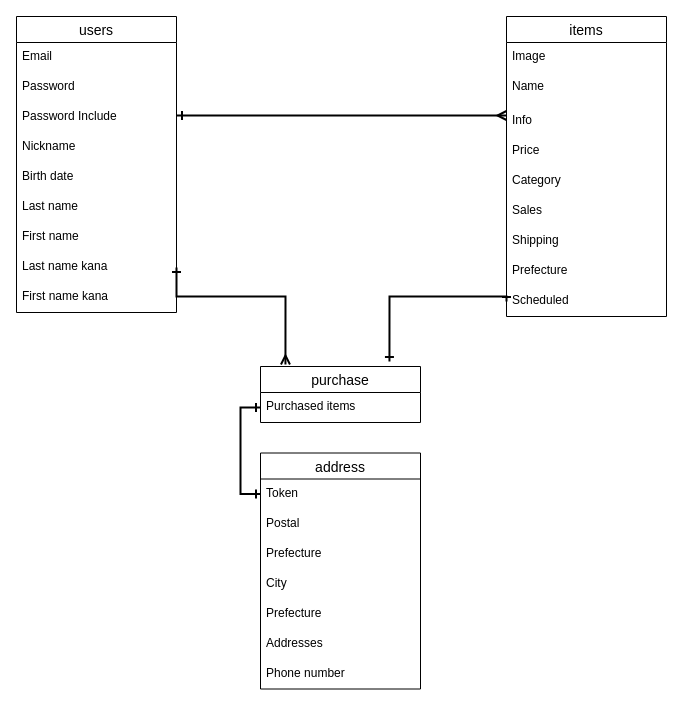
Earlier version of the draw.io diagram test.dio (jiji12874/furima-31963). Source tidied: cells renumbered, new cells numbered last; positions are measured from the earlier drawing's top-left corner, leaving out a move shared by most shapes. Both pictures are drawn from the tidied source at 100%, with x=0, y=0 at pixel (16, 16).
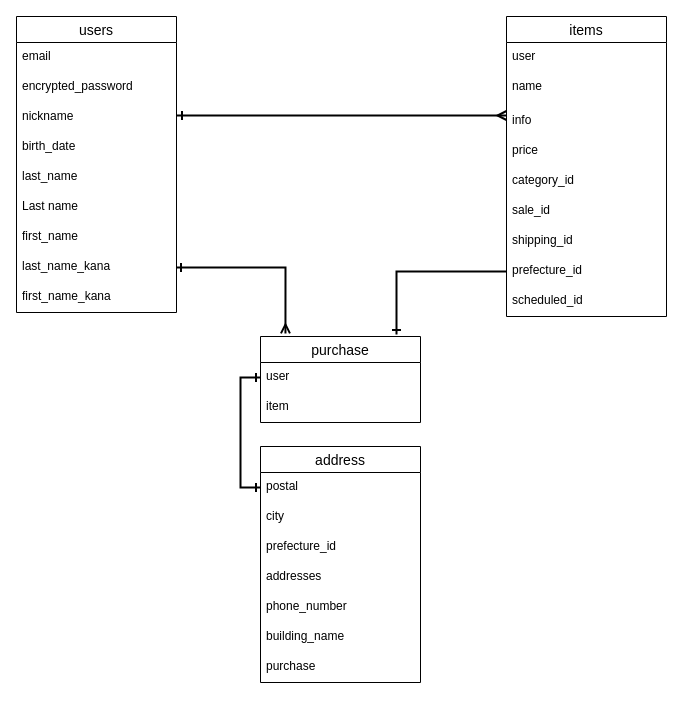
The same page after the edit.

Commit message (it also covers changes not shown here):
データベース設計修正5

The change refers to these unchanged cells:
```xml
<mxCell id="2" value="users" style="swimlane;fontStyle=0;horizontal=1;startSize=26;align=center;fontSize=14;" parent="1" vertex="1">
  <mxGeometry width="160" height="296" as="geometry" />
</mxCell>
<mxCell id="20" value="items" style="swimlane;fontStyle=0;horizontal=1;startSize=26;align=center;fontSize=14;" parent="1" vertex="1">
  <mxGeometry x="490" width="160" height="300" as="geometry" />
</mxCell>
```

Diff of the diagram source:
```diff
@@
-    <mxCell id="3" value="Email" style="text;strokeColor=none;fillColor=none;spacingLeft=4;spacingRight=4;overflow=hidden;fontSize=12;" parent="2" vertex="1">
+    <mxCell id="3" value="email" style="text;strokeColor=none;fillColor=none;spacingLeft=4;spacingRight=4;overflow=hidden;fontSize=12;" parent="2" vertex="1">
       <mxGeometry y="26" width="160" height="30" as="geometry" />
     </mxCell>
-    <mxCell id="4" value="Password" style="text;strokeColor=none;fillColor=none;spacingLeft=4;spacingRight=4;overflow=hidden;fontSize=12;" parent="2" vertex="1">
+    <mxCell id="4" value="encrypted_password" style="text;strokeColor=none;fillColor=none;spacingLeft=4;spacingRight=4;overflow=hidden;fontSize=12;" parent="2" vertex="1">
       <mxGeometry y="56" width="160" height="30" as="geometry" />
     </mxCell>
-    <mxCell id="5" value="Password Include" style="text;strokeColor=none;fillColor=none;spacingLeft=4;spacingRight=4;overflow=hidden;fontSize=12;" parent="2" vertex="1">
+    <mxCell id="5" value="nickname" style="text;strokeColor=none;fillColor=none;spacingLeft=4;spacingRight=4;overflow=hidden;fontSize=12;" parent="2" vertex="1">
       <mxGeometry y="86" width="160" height="30" as="geometry" />
     </mxCell>
-    <mxCell id="6" value="Nickname" style="text;strokeColor=none;fillColor=none;spacingLeft=4;spacingRight=4;overflow=hidden;fontSize=12;" parent="2" vertex="1">
+    <mxCell id="6" value="birth_date" style="text;strokeColor=none;fillColor=none;spacingLeft=4;spacingRight=4;overflow=hidden;fontSize=12;" parent="2" vertex="1">
       <mxGeometry y="116" width="160" height="30" as="geometry" />
     </mxCell>
-    <mxCell id="7" value="Birth date" style="text;strokeColor=none;fillColor=none;spacingLeft=4;spacingRight=4;overflow=hidden;fontSize=12;" parent="2" vertex="1">
+    <mxCell id="7" value="last_name" style="text;strokeColor=none;fillColor=none;spacingLeft=4;spacingRight=4;overflow=hidden;fontSize=12;" parent="2" vertex="1">
       <mxGeometry y="146" width="160" height="30" as="geometry" />
     </mxCell>
@@
-    <mxCell id="9" value="First name" style="text;strokeColor=none;fillColor=none;spacingLeft=4;spacingRight=4;overflow=hidden;fontSize=12;" parent="2" vertex="1">
+    <mxCell id="9" value="first_name" style="text;strokeColor=none;fillColor=none;spacingLeft=4;spacingRight=4;overflow=hidden;fontSize=12;" parent="2" vertex="1">
       <mxGeometry y="206" width="160" height="30" as="geometry" />
     </mxCell>
-    <mxCell id="10" value="Last name kana" style="text;strokeColor=none;fillColor=none;spacingLeft=4;spacingRight=4;overflow=hidden;points=[[0,0.5],[1,0.5]];portConstraint=eastwest;fontSize=12;" parent="2" vertex="1">
+    <mxCell id="10" value="last_name_kana" style="text;strokeColor=none;fillColor=none;spacingLeft=4;spacingRight=4;overflow=hidden;points=[[0,0.5],[1,0.5]];portConstraint=eastwest;fontSize=12;" parent="2" vertex="1">
       <mxGeometry y="236" width="160" height="30" as="geometry" />
     </mxCell>
-    <mxCell id="11" value="First name kana" style="text;strokeColor=none;fillColor=none;spacingLeft=4;spacingRight=4;overflow=hidden;fontSize=12;" parent="2" vertex="1">
+    <mxCell id="11" value="first_name_kana" style="text;strokeColor=none;fillColor=none;spacingLeft=4;spacingRight=4;overflow=hidden;fontSize=12;" parent="2" vertex="1">
       <mxGeometry y="266" width="160" height="30" as="geometry" />
     </mxCell>
     <mxCell id="12" value="address" style="swimlane;fontStyle=0;horizontal=1;startSize=26;align=center;fontSize=14;" parent="1" vertex="1">
-      <mxGeometry x="244" y="436.5" width="160" height="236" as="geometry" />
+      <mxGeometry x="244" y="430" width="160" height="236" as="geometry" />
     </mxCell>
-    <mxCell id="13" value="Token" style="text;strokeColor=none;fillColor=none;spacingLeft=4;spacingRight=4;overflow=hidden;points=[[0,0.5],[1,0.5]];portConstraint=eastwest;fontSize=12;" parent="12" vertex="1">
+    <mxCell id="13" value="postal" style="text;strokeColor=none;fillColor=none;spacingLeft=4;spacingRight=4;overflow=hidden;points=[[0,0.5],[1,0.5]];portConstraint=eastwest;fontSize=12;" parent="12" vertex="1">
       <mxGeometry y="26" width="160" height="30" as="geometry" />
     </mxCell>
-    <mxCell id="14" value="Postal" style="text;strokeColor=none;fillColor=none;spacingLeft=4;spacingRight=4;overflow=hidden;fontSize=12;" parent="12" vertex="1">
+    <mxCell id="14" value="city" style="text;strokeColor=none;fillColor=none;spacingLeft=4;spacingRight=4;overflow=hidden;fontSize=12;" parent="12" vertex="1">
       <mxGeometry y="56" width="160" height="30" as="geometry" />
     </mxCell>
-    <mxCell id="15" value="Prefecture" style="text;strokeColor=none;fillColor=none;spacingLeft=4;spacingRight=4;overflow=hidden;fontSize=12;" parent="12" vertex="1">
+    <mxCell id="15" value="prefecture_id" style="text;strokeColor=none;fillColor=none;spacingLeft=4;spacingRight=4;overflow=hidden;fontSize=12;" parent="12" vertex="1">
       <mxGeometry y="86" width="160" height="30" as="geometry" />
     </mxCell>
-    <mxCell id="16" value="City" style="text;strokeColor=none;fillColor=none;spacingLeft=4;spacingRight=4;overflow=hidden;fontSize=12;" parent="12" vertex="1">
+    <mxCell id="16" value="addresses" style="text;strokeColor=none;fillColor=none;spacingLeft=4;spacingRight=4;overflow=hidden;fontSize=12;" parent="12" vertex="1">
       <mxGeometry y="116" width="160" height="30" as="geometry" />
     </mxCell>
-    <mxCell id="17" value="Prefecture" style="text;strokeColor=none;fillColor=none;spacingLeft=4;spacingRight=4;overflow=hidden;fontSize=12;" parent="12" vertex="1">
+    <mxCell id="17" value="phone_number" style="text;strokeColor=none;fillColor=none;spacingLeft=4;spacingRight=4;overflow=hidden;fontSize=12;" parent="12" vertex="1">
       <mxGeometry y="146" width="160" height="30" as="geometry" />
     </mxCell>
-    <mxCell id="18" value="Addresses" style="text;strokeColor=none;fillColor=none;spacingLeft=4;spacingRight=4;overflow=hidden;fontSize=12;" parent="12" vertex="1">
+    <mxCell id="18" value="building_name" style="text;strokeColor=none;fillColor=none;spacingLeft=4;spacingRight=4;overflow=hidden;fontSize=12;" parent="12" vertex="1">
       <mxGeometry y="176" width="160" height="30" as="geometry" />
     </mxCell>
-    <mxCell id="19" value="Phone number" style="text;strokeColor=none;fillColor=none;spacingLeft=4;spacingRight=4;overflow=hidden;fontSize=12;" parent="12" vertex="1">
+    <mxCell id="19" value="purchase" style="text;strokeColor=none;fillColor=none;spacingLeft=4;spacingRight=4;overflow=hidden;fontSize=12;" parent="12" vertex="1">
       <mxGeometry y="206" width="160" height="30" as="geometry" />
     </mxCell>
@@
-    <mxCell id="21" value="Image" style="text;strokeColor=none;fillColor=none;spacingLeft=4;spacingRight=4;overflow=hidden;fontSize=12;" parent="20" vertex="1">
+    <mxCell id="21" value="user" style="text;strokeColor=none;fillColor=none;spacingLeft=4;spacingRight=4;overflow=hidden;fontSize=12;" parent="20" vertex="1">
       <mxGeometry y="26" width="160" height="30" as="geometry" />
     </mxCell>
-    <mxCell id="22" value="Name" style="text;strokeColor=none;fillColor=none;spacingLeft=4;spacingRight=4;overflow=hidden;fontSize=12;" parent="20" vertex="1">
+    <mxCell id="22" value="name" style="text;strokeColor=none;fillColor=none;spacingLeft=4;spacingRight=4;overflow=hidden;fontSize=12;" parent="20" vertex="1">
       <mxGeometry y="56" width="160" height="34" as="geometry" />
     </mxCell>
-    <mxCell id="23" value="Info" style="text;strokeColor=none;fillColor=none;spacingLeft=4;spacingRight=4;overflow=hidden;points=[[0,0.5],[1,0.5]];portConstraint=eastwest;fontSize=12;" parent="20" vertex="1">
+    <mxCell id="23" value="info" style="text;strokeColor=none;fillColor=none;spacingLeft=4;spacingRight=4;overflow=hidden;points=[[0,0.5],[1,0.5]];portConstraint=eastwest;fontSize=12;" parent="20" vertex="1">
       <mxGeometry y="90" width="160" height="30" as="geometry" />
     </mxCell>
-    <mxCell id="24" value="Price" style="text;strokeColor=none;fillColor=none;spacingLeft=4;spacingRight=4;overflow=hidden;fontSize=12;" parent="20" vertex="1">
+    <mxCell id="24" value="price" style="text;strokeColor=none;fillColor=none;spacingLeft=4;spacingRight=4;overflow=hidden;fontSize=12;" parent="20" vertex="1">
       <mxGeometry y="120" width="160" height="30" as="geometry" />
     </mxCell>
-    <mxCell id="25" value="Category" style="text;strokeColor=none;fillColor=none;spacingLeft=4;spacingRight=4;overflow=hidden;fontSize=12;" parent="20" vertex="1">
+    <mxCell id="25" value="category_id" style="text;strokeColor=none;fillColor=none;spacingLeft=4;spacingRight=4;overflow=hidden;fontSize=12;" parent="20" vertex="1">
       <mxGeometry y="150" width="160" height="30" as="geometry" />
     </mxCell>
-    <mxCell id="26" value="Sales" style="text;strokeColor=none;fillColor=none;spacingLeft=4;spacingRight=4;overflow=hidden;fontSize=12;" parent="20" vertex="1">
+    <mxCell id="26" value="sale_id" style="text;strokeColor=none;fillColor=none;spacingLeft=4;spacingRight=4;overflow=hidden;fontSize=12;" parent="20" vertex="1">
       <mxGeometry y="180" width="160" height="30" as="geometry" />
     </mxCell>
-    <mxCell id="27" value="Shipping" style="text;strokeColor=none;fillColor=none;spacingLeft=4;spacingRight=4;overflow=hidden;fontSize=12;" parent="20" vertex="1">
+    <mxCell id="27" value="shipping_id" style="text;strokeColor=none;fillColor=none;spacingLeft=4;spacingRight=4;overflow=hidden;fontSize=12;" parent="20" vertex="1">
       <mxGeometry y="210" width="160" height="30" as="geometry" />
     </mxCell>
-    <mxCell id="28" value="Prefecture" style="text;strokeColor=none;fillColor=none;spacingLeft=4;spacingRight=4;overflow=hidden;points=[[0,0.5],[1,0.5]];portConstraint=eastwest;fontSize=12;" parent="20" vertex="1">
+    <mxCell id="28" value="prefecture_id" style="text;strokeColor=none;fillColor=none;spacingLeft=4;spacingRight=4;overflow=hidden;points=[[0,0.5],[1,0.5]];portConstraint=eastwest;fontSize=12;" parent="20" vertex="1">
       <mxGeometry y="240" width="160" height="30" as="geometry" />
     </mxCell>
-    <mxCell id="29" value="Scheduled" style="text;strokeColor=none;fillColor=none;spacingLeft=4;spacingRight=4;overflow=hidden;points=[[0,0.5],[1,0.5]];portConstraint=eastwest;fontSize=12;" parent="20" vertex="1">
+    <mxCell id="29" value="scheduled_id" style="text;strokeColor=none;fillColor=none;spacingLeft=4;spacingRight=4;overflow=hidden;points=[[0,0.5],[1,0.5]];portConstraint=eastwest;fontSize=12;" parent="20" vertex="1">
       <mxGeometry y="270" width="160" height="30" as="geometry" />
     </mxCell>
     <mxCell id="30" value="purchase" style="swimlane;fontStyle=0;horizontal=1;startSize=26;align=center;fontSize=14;" parent="1" vertex="1">
-      <mxGeometry x="244" y="350" width="160" height="56" as="geometry" />
+      <mxGeometry x="244" y="320" width="160" height="86" as="geometry" />
     </mxCell>
-    <mxCell id="31" value="Purchased items" style="text;strokeColor=none;fillColor=none;spacingLeft=4;spacingRight=4;overflow=hidden;points=[[0,0.5],[1,0.5]];portConstraint=eastwest;fontSize=12;" parent="30" vertex="1">
+    <mxCell id="31" value="user" style="text;strokeColor=none;fillColor=none;spacingLeft=4;spacingRight=4;overflow=hidden;points=[[0,0.5],[1,0.5]];portConstraint=eastwest;fontSize=12;" parent="30" vertex="1">
       <mxGeometry y="26" width="160" height="30" as="geometry" />
     </mxCell>
+    <mxCell id="36" value="item" style="text;strokeColor=none;fillColor=none;spacingLeft=4;spacingRight=4;overflow=hidden;fontSize=12;" parent="30" vertex="1">
+      <mxGeometry y="56" width="160" height="30" as="geometry" />
+    </mxCell>
     <mxCell id="32" style="edgeStyle=orthogonalEdgeStyle;rounded=0;jettySize=auto;html=1;exitX=1;exitY=0.5;exitDx=0;exitDy=0;entryX=0.156;entryY=-0.036;entryDx=0;entryDy=0;entryPerimeter=0;startArrow=ERone;startFill=0;endArrow=ERmany;endFill=0;strokeWidth=2;" parent="1" edge="1" source="10" target="30">
       <mxGeometry relative="1" as="geometry">
         <Array as="points">
-          <mxPoint x="160" y="280" />
-          <mxPoint x="269" y="280" />
+          <mxPoint x="269" y="251" />
         </Array>
       </mxGeometry>
     </mxCell>
@@
-    <mxCell id="34" style="edgeStyle=orthogonalEdgeStyle;rounded=0;jettySize=auto;html=1;exitX=0;exitY=0.5;exitDx=0;exitDy=0;entryX=0.806;entryY=-0.089;entryDx=0;entryDy=0;entryPerimeter=0;startArrow=ERone;startFill=0;endArrow=ERone;endFill=0;strokeWidth=2;" parent="1" edge="1" source="29" target="30">
-      <mxGeometry relative="1" as="geometry">
-        <Array as="points">
-          <mxPoint x="490" y="280" />
-          <mxPoint x="373" y="280" />
-        </Array>
-      </mxGeometry>
-    </mxCell>
@@
+    <mxCell id="37" style="edgeStyle=orthogonalEdgeStyle;rounded=0;jettySize=auto;html=1;exitX=0;exitY=0.5;exitDx=0;exitDy=0;entryX=0.85;entryY=-0.023;entryDx=0;entryDy=0;entryPerimeter=0;strokeWidth=2;endArrow=ERone;endFill=0;" parent="1" edge="1" source="28" target="30">
+      <mxGeometry relative="1" as="geometry" />
+    </mxCell>
```
